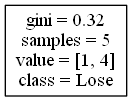
Above: DecisionTrees/Mountain Westdecision_tree_no_score_or_attendance3.png in alexana-steck/CSE482Project (Graphviz), before the change. Its source is kept beside it as DecisionTrees/Mountain Westdecision_tree_no_score_or_attendance3.dot. The source it was exported from:
```dot
digraph Tree {
node [shape=box] ;
0 [label="gini = 0.32\nsamples = 5\nvalue = [1, 4]\nclass = Lose"] ;
}
```
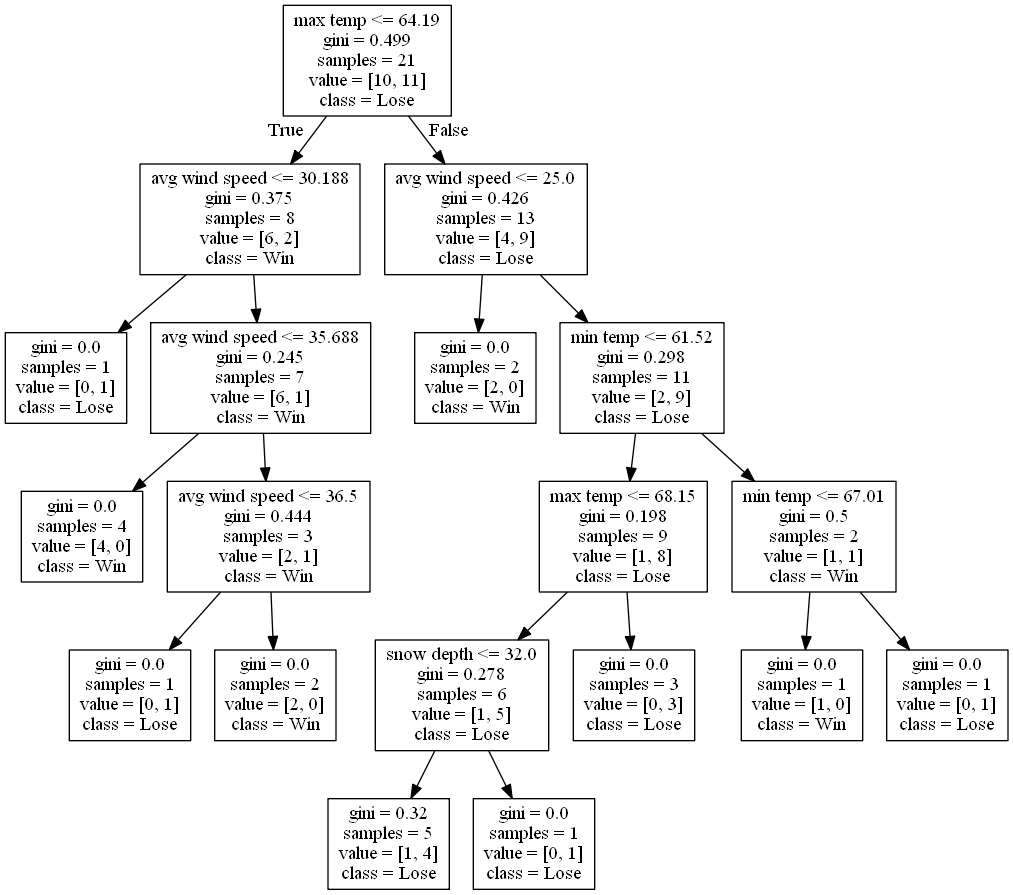
Later version of the same file.

Diff of the diagram source:
```diff
@@ -1,4 +1,40 @@
 digraph Tree {
 node [shape=box] ;
-0 [label="gini = 0.32\nsamples = 5\nvalue = [1, 4]\nclass = Lose"] ;
+0 [label="max temp <= 64.19\ngini = 0.499\nsamples = 21\nvalue = [10, 11]\nclass = Lose"] ;
+1 [label="avg wind speed <= 30.188\ngini = 0.375\nsamples = 8\nvalue = [6, 2]\nclass = Win"] ;
+0 -> 1 [labeldistance=2.5, labelangle=45, headlabel="True"] ;
+2 [label="gini = 0.0\nsamples = 1\nvalue = [0, 1]\nclass = Lose"] ;
+1 -> 2 ;
+3 [label="avg wind speed <= 35.688\ngini = 0.245\nsamples = 7\nvalue = [6, 1]\nclass = Win"] ;
+1 -> 3 ;
+4 [label="gini = 0.0\nsamples = 4\nvalue = [4, 0]\nclass = Win"] ;
+3 -> 4 ;
+5 [label="avg wind speed <= 36.5\ngini = 0.444\nsamples = 3\nvalue = [2, 1]\nclass = Win"] ;
+3 -> 5 ;
+6 [label="gini = 0.0\nsamples = 1\nvalue = [0, 1]\nclass = Lose"] ;
+5 -> 6 ;
+7 [label="gini = 0.0\nsamples = 2\nvalue = [2, 0]\nclass = Win"] ;
+5 -> 7 ;
+8 [label="avg wind speed <= 25.0\ngini = 0.426\nsamples = 13\nvalue = [4, 9]\nclass = Lose"] ;
+0 -> 8 [labeldistance=2.5, labelangle=-45, headlabel="False"] ;
+9 [label="gini = 0.0\nsamples = 2\nvalue = [2, 0]\nclass = Win"] ;
+8 -> 9 ;
+10 [label="min temp <= 61.52\ngini = 0.298\nsamples = 11\nvalue = [2, 9]\nclass = Lose"] ;
+8 -> 10 ;
+11 [label="max temp <= 68.15\ngini = 0.198\nsamples = 9\nvalue = [1, 8]\nclass = Lose"] ;
+10 -> 11 ;
+12 [label="snow depth <= 32.0\ngini = 0.278\nsamples = 6\nvalue = [1, 5]\nclass = Lose"] ;
+11 -> 12 ;
+13 [label="gini = 0.32\nsamples = 5\nvalue = [1, 4]\nclass = Lose"] ;
+12 -> 13 ;
+14 [label="gini = 0.0\nsamples = 1\nvalue = [0, 1]\nclass = Lose"] ;
+12 -> 14 ;
+15 [label="gini = 0.0\nsamples = 3\nvalue = [0, 3]\nclass = Lose"] ;
+11 -> 15 ;
+16 [label="min temp <= 67.01\ngini = 0.5\nsamples = 2\nvalue = [1, 1]\nclass = Win"] ;
+10 -> 16 ;
+17 [label="gini = 0.0\nsamples = 1\nvalue = [1, 0]\nclass = Win"] ;
+16 -> 17 ;
+18 [label="gini = 0.0\nsamples = 1\nvalue = [0, 1]\nclass = Lose"] ;
+16 -> 18 ;
 }
```
